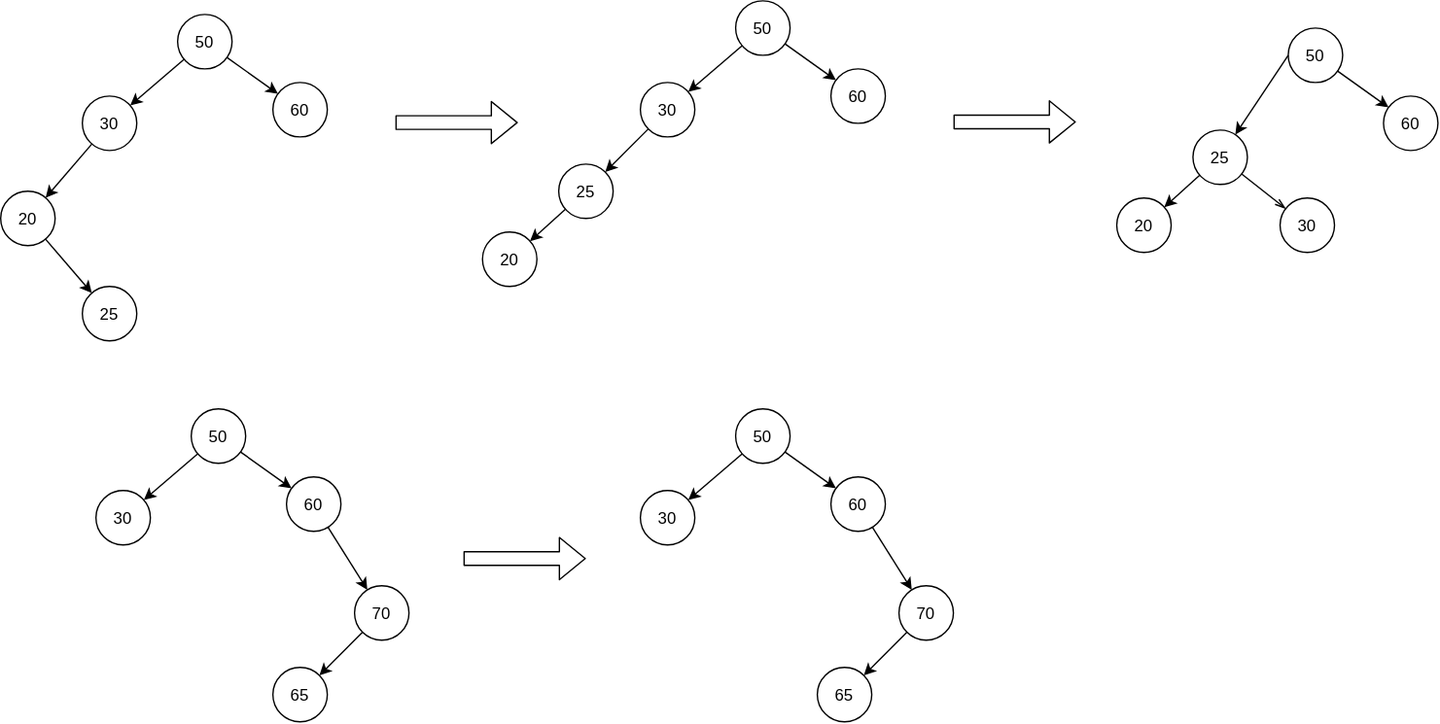
This is База/Структуры данных/2. Быстро находить данные и проверять условия/2.3. Проверять принадлежность и уникальность/Множество (Set)/avl/rotation.drawio.svg from kosukhin/catalog, a draw.io export, as it was before one commit. Source tidied: cells renumbered, new cells last; positions are measured from the earlier drawing's top-left corner, leaving out a move shared by most shapes.
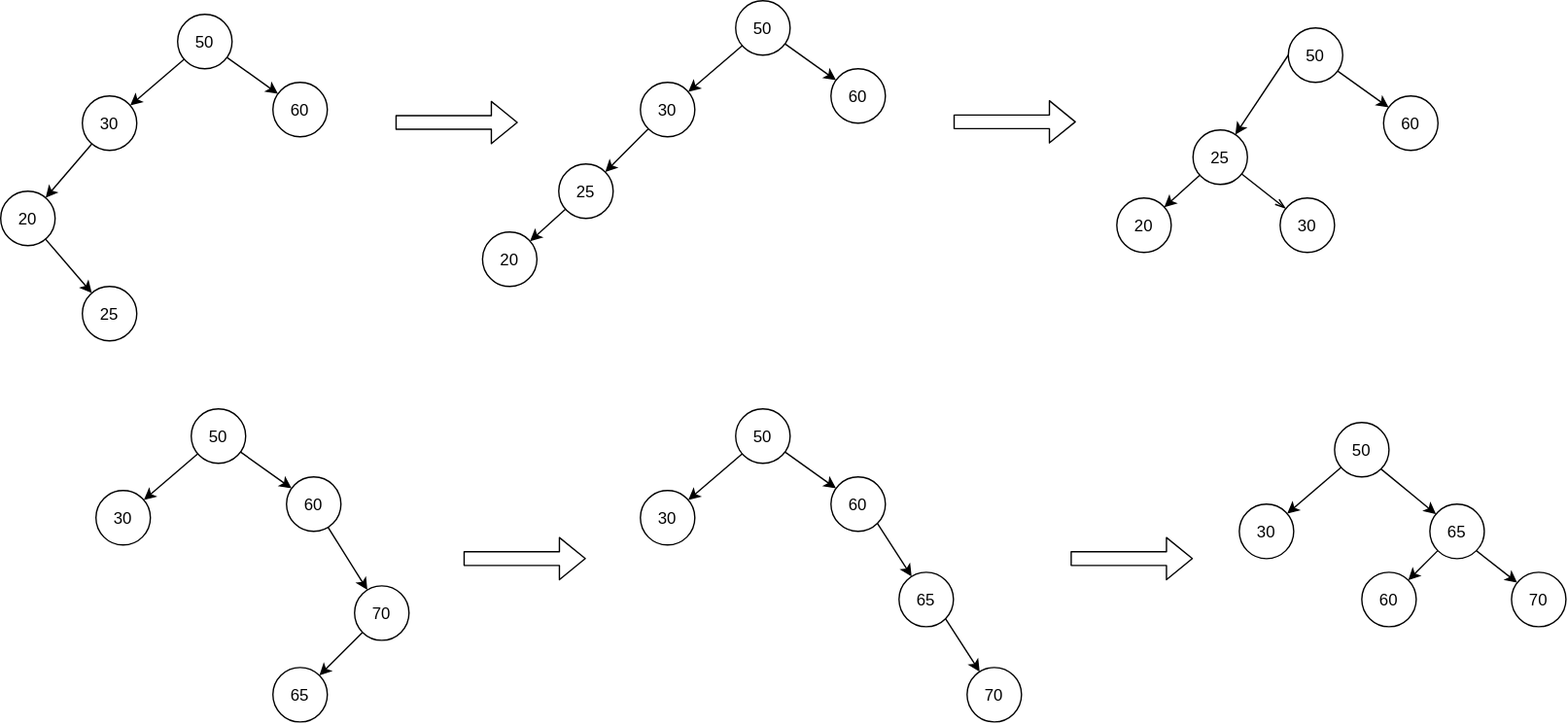
After the change.

What changed in the source:
```diff
@@ -141,19 +141,52 @@
       <mxGeometry x="470" y="360" width="40" height="40" as="geometry" />
     </mxCell>
     <mxCell id="45" value="70" style="ellipse;whiteSpace=wrap;html=1;shapeInside=1;" parent="1" vertex="1">
-      <mxGeometry x="660" y="430" width="40" height="40" as="geometry" />
+      <mxGeometry x="710" y="490" width="40" height="40" as="geometry" />
     </mxCell>
     <mxCell id="46" value="65" style="ellipse;whiteSpace=wrap;html=1;shapeInside=1;" parent="1" vertex="1">
-      <mxGeometry x="600" y="490" width="40" height="40" as="geometry" />
+      <mxGeometry x="660" y="420" width="40" height="40" as="geometry" />
     </mxCell>
     <mxCell id="47" value="60&lt;div&gt;&lt;br/&gt;&lt;/div&gt;" style="ellipse;whiteSpace=wrap;html=1;shapeInside=1;" parent="1" vertex="1">
       <mxGeometry x="610" y="350" width="40" height="40" as="geometry" />
     </mxCell>
-    <mxCell id="48" style="edgeStyle=none;html=1;" parent="1" edge="1" source="47" target="45">
-      <mxGeometry relative="1" as="geometry" />
-    </mxCell>
-    <mxCell id="49" style="edgeStyle=none;html=1;" parent="1" edge="1" source="45" target="46">
-      <mxGeometry relative="1" as="geometry" />
-    </mxCell>
+    <mxCell id="50" style="edgeStyle=none;html=1;exitX=1;exitY=1;exitDx=0;exitDy=0;" parent="1" edge="1" source="47" target="46">
+      <mxGeometry relative="1" as="geometry" />
+    </mxCell>
+    <mxCell id="51" style="edgeStyle=none;html=1;exitX=1;exitY=1;exitDx=0;exitDy=0;" parent="1" edge="1" source="46" target="45">
+      <mxGeometry relative="1" as="geometry" />
+    </mxCell>
+    <mxCell id="52" style="shape=flexArrow;endArrow=classic;html=1;" parent="1" edge="1">
+      <mxGeometry relative="1" as="geometry">
+        <mxPoint x="786" y="410" as="sourcePoint" />
+        <mxPoint x="876" y="410" as="targetPoint" />
+      </mxGeometry>
+    </mxCell>
+    <mxCell id="53" value="50" style="ellipse;whiteSpace=wrap;html=1;shapeInside=1;" parent="1" vertex="1">
+      <mxGeometry x="980" y="310" width="40" height="40" as="geometry" />
+    </mxCell>
+    <mxCell id="54" style="edgeStyle=none;html=1;" parent="1" edge="1" source="53" target="55">
+      <mxGeometry relative="1" as="geometry" />
+    </mxCell>
+    <mxCell id="55" value="30" style="ellipse;whiteSpace=wrap;html=1;shapeInside=1;" parent="1" vertex="1">
+      <mxGeometry x="910" y="370" width="40" height="40" as="geometry" />
+    </mxCell>
+    <mxCell id="56" value="70" style="ellipse;whiteSpace=wrap;html=1;shapeInside=1;" parent="1" vertex="1">
+      <mxGeometry x="1110" y="420" width="40" height="40" as="geometry" />
+    </mxCell>
+    <mxCell id="57" style="edgeStyle=none;html=1;exitX=1;exitY=1;exitDx=0;exitDy=0;" parent="1" edge="1" source="58" target="56">
+      <mxGeometry relative="1" as="geometry" />
+    </mxCell>
+    <mxCell id="58" value="65" style="ellipse;whiteSpace=wrap;html=1;shapeInside=1;" parent="1" vertex="1">
+      <mxGeometry x="1050" y="370" width="40" height="40" as="geometry" />
+    </mxCell>
+    <mxCell id="59" value="60&lt;div&gt;&lt;br/&gt;&lt;/div&gt;" style="ellipse;whiteSpace=wrap;html=1;shapeInside=1;" parent="1" vertex="1">
+      <mxGeometry x="1000" y="420" width="40" height="40" as="geometry" />
+    </mxCell>
+    <mxCell id="60" style="edgeStyle=none;html=1;exitX=1;exitY=1;exitDx=0;exitDy=0;" parent="1" edge="1" source="53" target="58">
+      <mxGeometry relative="1" as="geometry" />
+    </mxCell>
+    <mxCell id="61" style="edgeStyle=none;html=1;exitX=0;exitY=1;exitDx=0;exitDy=0;" parent="1" edge="1" source="58" target="59">
+      <mxGeometry relative="1" as="geometry" />
+    </mxCell>
   </root>
 </mxGraphModel>
```
